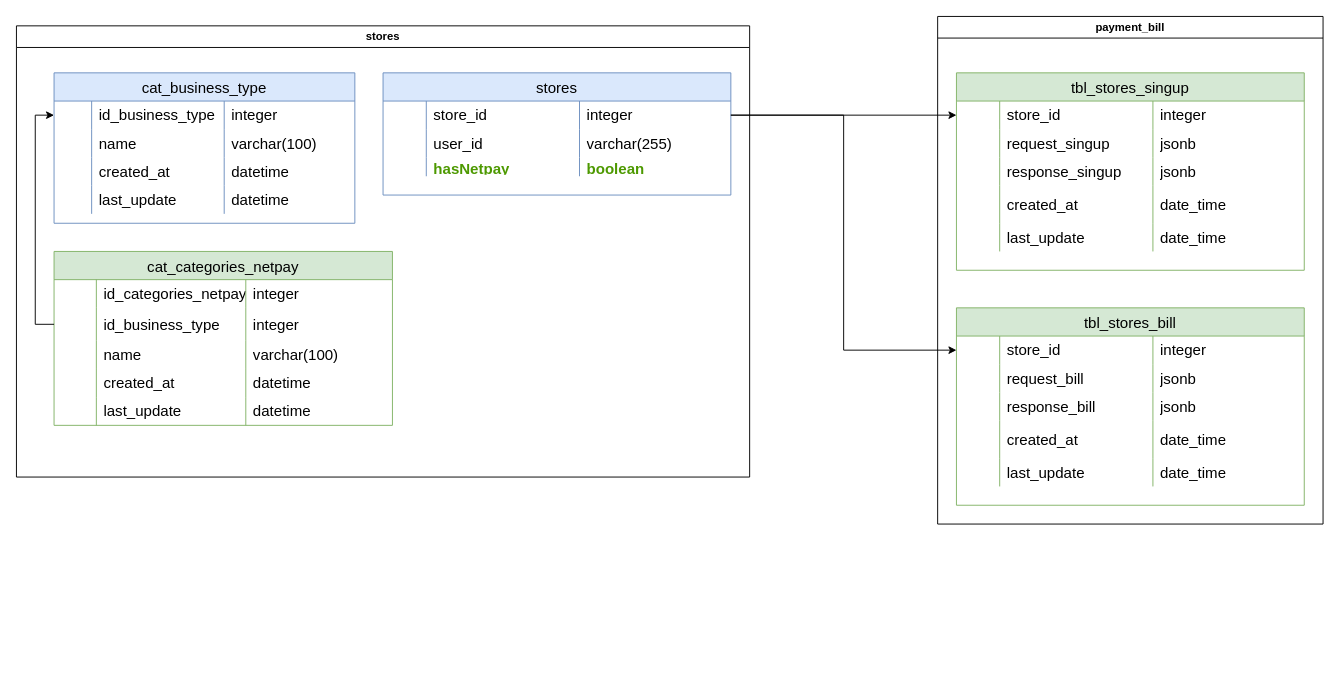
marcoluisdf/documentacion keeps this draw.io diagram as Data base/SmartOnboarding-Adquirencia.drawio. Above is the earlier version. Source tidied: cells renumbered, new cells numbered last; positions are measured from the earlier drawing's top-left corner, leaving out a move shared by most shapes. Both pictures are drawn from the tidied source at 94%, with x=0, y=0 at pixel (16, 16).
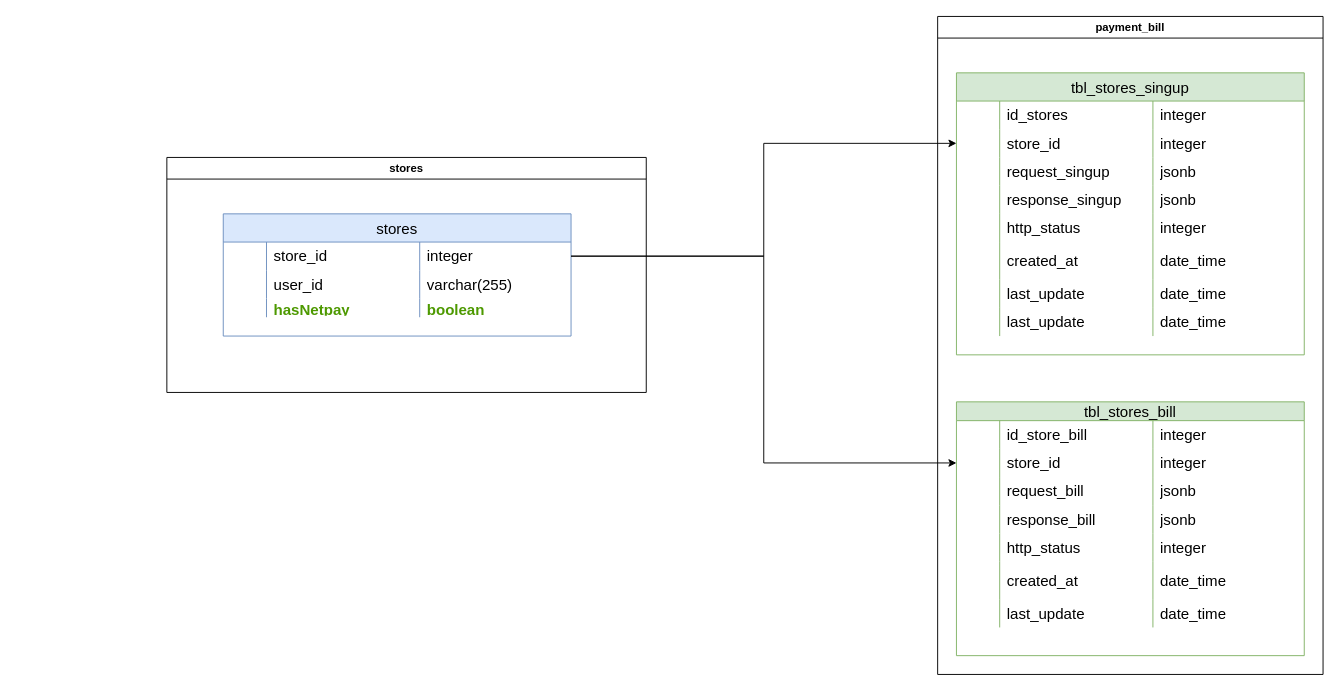
Above is the later version.

Diff of the diagram source:
```diff
@@
     <mxCell id="2" value="payment_bill" style="swimlane;whiteSpace=wrap;html=1;" parent="1" vertex="1">
-      <mxGeometry x="980" width="410" height="540" as="geometry" />
+      <mxGeometry x="980" width="410" height="700" as="geometry" />
     </mxCell>
     <mxCell id="3" value="tbl_stores_singup" style="shape=table;startSize=30;childLayout=tableLayout;rowLines=0;fontStyle=0;strokeColor=#82b366;fontSize=16;fillColor=#d5e8d4;" parent="2" vertex="1">
-      <mxGeometry x="20" y="60" width="370" height="210" as="geometry" />
+      <mxGeometry x="20" y="60" width="370" height="300" as="geometry" />
     </mxCell>
+    <mxCell id="100" style="shape=tableRow;horizontal=0;startSize=0;swimlaneHead=0;swimlaneBody=0;top=0;left=0;bottom=0;right=0;fillColor=none;strokeColor=inherit;fontSize=16;" parent="3" vertex="1">
+      <mxGeometry y="30" width="370" height="30" as="geometry" />
+    </mxCell>
+    <mxCell id="101" style="shape=partialRectangle;html=1;whiteSpace=wrap;fillColor=none;top=0;left=0;bottom=0;right=0;overflow=hidden;strokeColor=inherit;fontSize=16;" parent="100" vertex="1">
+      <mxGeometry width="46" height="30" as="geometry" />
+    </mxCell>
+    <mxCell id="102" value="id_stores" style="shape=partialRectangle;html=1;whiteSpace=wrap;fillColor=none;top=0;left=0;bottom=0;right=0;align=left;spacingLeft=6;overflow=hidden;strokeColor=inherit;fontSize=16;" parent="100" vertex="1">
+      <mxGeometry x="46" width="163" height="30" as="geometry" />
+    </mxCell>
+    <mxCell id="103" value="integer" style="shape=partialRectangle;html=1;whiteSpace=wrap;fillColor=none;top=0;left=0;bottom=0;right=0;align=left;spacingLeft=6;overflow=hidden;strokeColor=inherit;fontSize=16;" parent="100" vertex="1">
+      <mxGeometry x="209" width="161" height="30" as="geometry" />
+    </mxCell>
     <mxCell id="4" style="shape=tableRow;horizontal=0;startSize=0;swimlaneHead=0;swimlaneBody=0;top=0;left=0;bottom=0;right=0;fillColor=none;points=[[0,0.5],[1,0.5]];portConstraint=eastwest;strokeColor=inherit;fontSize=16;" parent="3" vertex="1">
-      <mxGeometry y="30" width="370" height="30" as="geometry" />
+      <mxGeometry y="60" width="370" height="30" as="geometry" />
     </mxCell>
@@
     <mxCell id="8" style="shape=tableRow;horizontal=0;startSize=0;swimlaneHead=0;swimlaneBody=0;top=0;left=0;bottom=0;right=0;fillColor=none;strokeColor=inherit;fontSize=16;" parent="3" vertex="1">
-      <mxGeometry y="60" width="370" height="30" as="geometry" />
+      <mxGeometry y="90" width="370" height="30" as="geometry" />
     </mxCell>
@@
     <mxCell id="12" style="shape=tableRow;horizontal=0;startSize=0;swimlaneHead=0;swimlaneBody=0;top=0;left=0;bottom=0;right=0;fillColor=none;strokeColor=inherit;fontSize=16;" parent="3" vertex="1">
-      <mxGeometry y="90" width="370" height="30" as="geometry" />
+      <mxGeometry y="120" width="370" height="30" as="geometry" />
     </mxCell>
@@
+    <mxCell id="104" style="shape=tableRow;horizontal=0;startSize=0;swimlaneHead=0;swimlaneBody=0;top=0;left=0;bottom=0;right=0;fillColor=none;strokeColor=inherit;fontSize=16;" parent="3" vertex="1">
+      <mxGeometry y="150" width="370" height="30" as="geometry" />
+    </mxCell>
+    <mxCell id="105" style="shape=partialRectangle;html=1;whiteSpace=wrap;fillColor=none;top=0;left=0;bottom=0;right=0;overflow=hidden;strokeColor=inherit;fontSize=16;" parent="104" vertex="1">
+      <mxGeometry width="46" height="30" as="geometry" />
+    </mxCell>
+    <mxCell id="106" value="http_status" style="shape=partialRectangle;html=1;whiteSpace=wrap;fillColor=none;top=0;left=0;bottom=0;right=0;align=left;spacingLeft=6;overflow=hidden;strokeColor=inherit;fontSize=16;" parent="104" vertex="1">
+      <mxGeometry x="46" width="163" height="30" as="geometry" />
+    </mxCell>
+    <mxCell id="107" value="integer" style="shape=partialRectangle;html=1;whiteSpace=wrap;fillColor=none;top=0;left=0;bottom=0;right=0;align=left;spacingLeft=6;overflow=hidden;strokeColor=inherit;fontSize=16;" parent="104" vertex="1">
+      <mxGeometry x="209" width="161" height="30" as="geometry" />
+    </mxCell>
     <mxCell id="16" style="shape=tableRow;horizontal=0;startSize=0;swimlaneHead=0;swimlaneBody=0;top=0;left=0;bottom=0;right=0;fillColor=none;strokeColor=inherit;fontSize=16;" parent="3" vertex="1">
-      <mxGeometry y="120" width="370" height="40" as="geometry" />
+      <mxGeometry y="180" width="370" height="40" as="geometry" />
     </mxCell>
@@
     <mxCell id="20" style="shape=tableRow;horizontal=0;startSize=0;swimlaneHead=0;swimlaneBody=0;top=0;left=0;bottom=0;right=0;fillColor=none;strokeColor=inherit;fontSize=16;" parent="3" vertex="1">
-      <mxGeometry y="160" width="370" height="30" as="geometry" />
+      <mxGeometry y="220" width="370" height="30" as="geometry" />
     </mxCell>
@@
+    <mxCell id="108" style="shape=tableRow;horizontal=0;startSize=0;swimlaneHead=0;swimlaneBody=0;top=0;left=0;bottom=0;right=0;fillColor=none;strokeColor=inherit;fontSize=16;" parent="3" vertex="1">
+      <mxGeometry y="250" width="370" height="30" as="geometry" />
+    </mxCell>
+    <mxCell id="109" style="shape=partialRectangle;html=1;whiteSpace=wrap;fillColor=none;top=0;left=0;bottom=0;right=0;overflow=hidden;strokeColor=inherit;fontSize=16;" parent="108" vertex="1">
+      <mxGeometry width="46" height="30" as="geometry" />
+    </mxCell>
+    <mxCell id="110" value="last_update" style="shape=partialRectangle;html=1;whiteSpace=wrap;fillColor=none;top=0;left=0;bottom=0;right=0;align=left;spacingLeft=6;overflow=hidden;strokeColor=inherit;fontSize=16;" parent="108" vertex="1">
+      <mxGeometry x="46" width="163" height="30" as="geometry" />
+    </mxCell>
+    <mxCell id="111" value="date_time" style="shape=partialRectangle;html=1;whiteSpace=wrap;fillColor=none;top=0;left=0;bottom=0;right=0;align=left;spacingLeft=6;overflow=hidden;strokeColor=inherit;fontSize=16;" parent="108" vertex="1">
+      <mxGeometry x="209" width="161" height="30" as="geometry" />
+    </mxCell>
-    <mxCell id="24" value="tbl_stores_bill" style="shape=table;startSize=30;childLayout=tableLayout;rowLines=0;fontStyle=0;strokeColor=#82b366;fontSize=16;fillColor=#d5e8d4;" parent="2" vertex="1">
-      <mxGeometry x="20" y="310" width="370" height="210" as="geometry" />
+    <mxCell id="24" value="tbl_stores_bill" style="shape=table;startSize=20;childLayout=tableLayout;rowLines=0;fontStyle=0;strokeColor=#82b366;fontSize=16;fillColor=#d5e8d4;" parent="2" vertex="1">
+      <mxGeometry x="20" y="410" width="370" height="270" as="geometry" />
     </mxCell>
+    <mxCell id="112" style="shape=tableRow;horizontal=0;startSize=0;swimlaneHead=0;swimlaneBody=0;top=0;left=0;bottom=0;right=0;fillColor=none;strokeColor=inherit;fontSize=16;" parent="24" vertex="1">
+      <mxGeometry y="20" width="370" height="30" as="geometry" />
+    </mxCell>
+    <mxCell id="113" style="shape=partialRectangle;html=1;whiteSpace=wrap;fillColor=none;top=0;left=0;bottom=0;right=0;overflow=hidden;strokeColor=inherit;fontSize=16;" parent="112" vertex="1">
+      <mxGeometry width="46" height="30" as="geometry" />
+    </mxCell>
+    <mxCell id="114" value="id_store_bill" style="shape=partialRectangle;html=1;whiteSpace=wrap;fillColor=none;top=0;left=0;bottom=0;right=0;align=left;spacingLeft=6;overflow=hidden;strokeColor=inherit;fontSize=16;" parent="112" vertex="1">
+      <mxGeometry x="46" width="163" height="30" as="geometry" />
+    </mxCell>
+    <mxCell id="115" value="integer" style="shape=partialRectangle;html=1;whiteSpace=wrap;fillColor=none;top=0;left=0;bottom=0;right=0;align=left;spacingLeft=6;overflow=hidden;strokeColor=inherit;fontSize=16;" parent="112" vertex="1">
+      <mxGeometry x="209" width="161" height="30" as="geometry" />
+    </mxCell>
     <mxCell id="25" style="shape=tableRow;horizontal=0;startSize=0;swimlaneHead=0;swimlaneBody=0;top=0;left=0;bottom=0;right=0;fillColor=none;points=[[0,0.5],[1,0.5]];portConstraint=eastwest;strokeColor=inherit;fontSize=16;" parent="24" vertex="1">
-      <mxGeometry y="30" width="370" height="30" as="geometry" />
+      <mxGeometry y="50" width="370" height="30" as="geometry" />
     </mxCell>
@@
     <mxCell id="29" style="shape=tableRow;horizontal=0;startSize=0;swimlaneHead=0;swimlaneBody=0;top=0;left=0;bottom=0;right=0;fillColor=none;strokeColor=inherit;fontSize=16;" parent="24" vertex="1">
-      <mxGeometry y="60" width="370" height="30" as="geometry" />
+      <mxGeometry y="80" width="370" height="30" as="geometry" />
     </mxCell>
@@
     <mxCell id="33" style="shape=tableRow;horizontal=0;startSize=0;swimlaneHead=0;swimlaneBody=0;top=0;left=0;bottom=0;right=0;fillColor=none;strokeColor=inherit;fontSize=16;" parent="24" vertex="1">
-      <mxGeometry y="90" width="370" height="30" as="geometry" />
+      <mxGeometry y="110" width="370" height="30" as="geometry" />
     </mxCell>
@@
+    <mxCell id="116" style="shape=tableRow;horizontal=0;startSize=0;swimlaneHead=0;swimlaneBody=0;top=0;left=0;bottom=0;right=0;fillColor=none;strokeColor=inherit;fontSize=16;" parent="24" vertex="1">
+      <mxGeometry y="140" width="370" height="30" as="geometry" />
+    </mxCell>
+    <mxCell id="117" style="shape=partialRectangle;html=1;whiteSpace=wrap;fillColor=none;top=0;left=0;bottom=0;right=0;overflow=hidden;strokeColor=inherit;fontSize=16;" parent="116" vertex="1">
+      <mxGeometry width="46" height="30" as="geometry" />
+    </mxCell>
+    <mxCell id="118" value="http_status" style="shape=partialRectangle;html=1;whiteSpace=wrap;fillColor=none;top=0;left=0;bottom=0;right=0;align=left;spacingLeft=6;overflow=hidden;strokeColor=inherit;fontSize=16;" parent="116" vertex="1">
+      <mxGeometry x="46" width="163" height="30" as="geometry" />
+    </mxCell>
+    <mxCell id="119" value="integer" style="shape=partialRectangle;html=1;whiteSpace=wrap;fillColor=none;top=0;left=0;bottom=0;right=0;align=left;spacingLeft=6;overflow=hidden;strokeColor=inherit;fontSize=16;" parent="116" vertex="1">
+      <mxGeometry x="209" width="161" height="30" as="geometry" />
+    </mxCell>
     <mxCell id="37" style="shape=tableRow;horizontal=0;startSize=0;swimlaneHead=0;swimlaneBody=0;top=0;left=0;bottom=0;right=0;fillColor=none;strokeColor=inherit;fontSize=16;" parent="24" vertex="1">
-      <mxGeometry y="120" width="370" height="40" as="geometry" />
+      <mxGeometry y="170" width="370" height="40" as="geometry" />
     </mxCell>
@@
     <mxCell id="41" style="shape=tableRow;horizontal=0;startSize=0;swimlaneHead=0;swimlaneBody=0;top=0;left=0;bottom=0;right=0;fillColor=none;strokeColor=inherit;fontSize=16;" parent="24" vertex="1">
-      <mxGeometry y="160" width="370" height="30" as="geometry" />
+      <mxGeometry y="210" width="370" height="30" as="geometry" />
     </mxCell>
@@
     <mxCell id="45" value="stores" style="swimlane;whiteSpace=wrap;html=1;" parent="1" vertex="1">
-      <mxGeometry y="10" width="780" height="480" as="geometry" />
+      <mxGeometry x="160" y="150" width="510" height="250" as="geometry" />
     </mxCell>
-    <mxCell id="46" value="cat_business_type" style="shape=table;startSize=30;childLayout=tableLayout;rowLines=0;fontStyle=0;strokeColor=#6c8ebf;fontSize=16;fillColor=#dae8fc;" parent="45" vertex="1">
-      <mxGeometry x="40" y="50" width="320" height="160" as="geometry" />
-    </mxCell>
-    <mxCell id="47" style="shape=tableRow;horizontal=0;startSize=0;swimlaneHead=0;swimlaneBody=0;top=0;left=0;bottom=0;right=0;fillColor=none;points=[[0,0.5],[1,0.5]];portConstraint=eastwest;strokeColor=inherit;fontSize=16;" parent="46" vertex="1">
-      <mxGeometry y="30" width="320" height="30" as="geometry" />
-    </mxCell>
-    <mxCell id="48" style="shape=partialRectangle;html=1;whiteSpace=wrap;fillColor=none;top=0;left=0;bottom=0;right=0;overflow=hidden;strokeColor=inherit;fontSize=16;" parent="47" vertex="1">
-      <mxGeometry width="40" height="30" as="geometry" />
-    </mxCell>
-    <mxCell id="49" value="id_business_type" style="shape=partialRectangle;html=1;whiteSpace=wrap;fillColor=none;top=0;left=0;bottom=0;right=0;align=left;spacingLeft=6;overflow=hidden;strokeColor=inherit;fontSize=16;" parent="47" vertex="1">
-      <mxGeometry x="40" width="141" height="30" as="geometry" />
-    </mxCell>
-    <mxCell id="50" value="integer" style="shape=partialRectangle;html=1;whiteSpace=wrap;fillColor=none;top=0;left=0;bottom=0;right=0;align=left;spacingLeft=6;overflow=hidden;strokeColor=inherit;fontSize=16;" parent="47" vertex="1">
-      <mxGeometry x="181" width="139" height="30" as="geometry" />
-    </mxCell>
-    <mxCell id="51" style="shape=tableRow;horizontal=0;startSize=0;swimlaneHead=0;swimlaneBody=0;top=0;left=0;bottom=0;right=0;fillColor=none;strokeColor=inherit;fontSize=16;" parent="46" vertex="1">
-      <mxGeometry y="60" width="320" height="30" as="geometry" />
-    </mxCell>
-    <mxCell id="52" style="shape=partialRectangle;html=1;whiteSpace=wrap;fillColor=none;top=0;left=0;bottom=0;right=0;overflow=hidden;strokeColor=inherit;fontSize=16;" parent="51" vertex="1">
-      <mxGeometry width="40" height="30" as="geometry" />
-    </mxCell>
-    <mxCell id="53" value="name" style="shape=partialRectangle;html=1;whiteSpace=wrap;fillColor=none;top=0;left=0;bottom=0;right=0;align=left;spacingLeft=6;overflow=hidden;strokeColor=inherit;fontSize=16;" parent="51" vertex="1">
-      <mxGeometry x="40" width="141" height="30" as="geometry" />
-    </mxCell>
-    <mxCell id="54" value="varchar(100)" style="shape=partialRectangle;html=1;whiteSpace=wrap;fillColor=none;top=0;left=0;bottom=0;right=0;align=left;spacingLeft=6;overflow=hidden;strokeColor=inherit;fontSize=16;" parent="51" vertex="1">
-      <mxGeometry x="181" width="139" height="30" as="geometry" />
-    </mxCell>
-    <mxCell id="55" style="shape=tableRow;horizontal=0;startSize=0;swimlaneHead=0;swimlaneBody=0;top=0;left=0;bottom=0;right=0;fillColor=none;strokeColor=inherit;fontSize=16;" parent="46" vertex="1">
-      <mxGeometry y="90" width="320" height="30" as="geometry" />
-    </mxCell>
-    <mxCell id="56" style="shape=partialRectangle;html=1;whiteSpace=wrap;fillColor=none;top=0;left=0;bottom=0;right=0;overflow=hidden;strokeColor=inherit;fontSize=16;" parent="55" vertex="1">
-      <mxGeometry width="40" height="30" as="geometry" />
-    </mxCell>
-    <mxCell id="57" value="created_at" style="shape=partialRectangle;html=1;whiteSpace=wrap;fillColor=none;top=0;left=0;bottom=0;right=0;align=left;spacingLeft=6;overflow=hidden;strokeColor=inherit;fontSize=16;" parent="55" vertex="1">
-      <mxGeometry x="40" width="141" height="30" as="geometry" />
-    </mxCell>
-    <mxCell id="58" value="datetime" style="shape=partialRectangle;html=1;whiteSpace=wrap;fillColor=none;top=0;left=0;bottom=0;right=0;align=left;spacingLeft=6;overflow=hidden;strokeColor=inherit;fontSize=16;" parent="55" vertex="1">
-      <mxGeometry x="181" width="139" height="30" as="geometry" />
-    </mxCell>
-    <mxCell id="59" style="shape=tableRow;horizontal=0;startSize=0;swimlaneHead=0;swimlaneBody=0;top=0;left=0;bottom=0;right=0;fillColor=none;strokeColor=inherit;fontSize=16;" parent="46" vertex="1">
-      <mxGeometry y="120" width="320" height="30" as="geometry" />
-    </mxCell>
-    <mxCell id="60" style="shape=partialRectangle;html=1;whiteSpace=wrap;fillColor=none;top=0;left=0;bottom=0;right=0;overflow=hidden;strokeColor=inherit;fontSize=16;" parent="59" vertex="1">
-      <mxGeometry width="40" height="30" as="geometry" />
-    </mxCell>
-    <mxCell id="61" value="last_update" style="shape=partialRectangle;html=1;whiteSpace=wrap;fillColor=none;top=0;left=0;bottom=0;right=0;align=left;spacingLeft=6;overflow=hidden;strokeColor=inherit;fontSize=16;" parent="59" vertex="1">
-      <mxGeometry x="40" width="141" height="30" as="geometry" />
-    </mxCell>
-    <mxCell id="62" value="datetime" style="shape=partialRectangle;html=1;whiteSpace=wrap;fillColor=none;top=0;left=0;bottom=0;right=0;align=left;spacingLeft=6;overflow=hidden;strokeColor=inherit;fontSize=16;" parent="59" vertex="1">
-      <mxGeometry x="181" width="139" height="30" as="geometry" />
-    </mxCell>
-    <mxCell id="63" value="cat_categories_netpay" style="shape=table;startSize=30;childLayout=tableLayout;rowLines=0;fontStyle=0;strokeColor=#82b366;fontSize=16;fillColor=#d5e8d4;" parent="45" vertex="1">
-      <mxGeometry x="40" y="240" width="360" height="185" as="geometry" />
-    </mxCell>
-    <mxCell id="64" style="shape=tableRow;horizontal=0;startSize=0;swimlaneHead=0;swimlaneBody=0;top=0;left=0;bottom=0;right=0;fillColor=none;strokeColor=inherit;fontSize=16;" parent="63" vertex="1">
-      <mxGeometry y="30" width="360" height="30" as="geometry" />
-    </mxCell>
-    <mxCell id="65" style="shape=partialRectangle;html=1;whiteSpace=wrap;fillColor=none;top=0;left=0;bottom=0;right=0;overflow=hidden;strokeColor=inherit;fontSize=16;" parent="64" vertex="1">
-      <mxGeometry width="45" height="30" as="geometry" />
-    </mxCell>
-    <mxCell id="66" value="id_categories_netpay" style="shape=partialRectangle;html=1;whiteSpace=wrap;fillColor=none;top=0;left=0;bottom=0;right=0;align=left;spacingLeft=6;overflow=hidden;strokeColor=inherit;fontSize=16;" parent="64" vertex="1">
-      <mxGeometry x="45" width="159" height="30" as="geometry" />
-    </mxCell>
-    <mxCell id="67" value="integer" style="shape=partialRectangle;html=1;whiteSpace=wrap;fillColor=none;top=0;left=0;bottom=0;right=0;align=left;spacingLeft=6;overflow=hidden;strokeColor=inherit;fontSize=16;" parent="64" vertex="1">
-      <mxGeometry x="204" width="156" height="30" as="geometry" />
-    </mxCell>
-    <mxCell id="68" style="shape=tableRow;horizontal=0;startSize=0;swimlaneHead=0;swimlaneBody=0;top=0;left=0;bottom=0;right=0;fillColor=none;points=[[0,0.5],[1,0.5]];portConstraint=eastwest;strokeColor=inherit;fontSize=16;" parent="63" vertex="1">
-      <mxGeometry y="60" width="360" height="35" as="geometry" />
-    </mxCell>
-    <mxCell id="69" style="shape=partialRectangle;html=1;whiteSpace=wrap;fillColor=none;top=0;left=0;bottom=0;right=0;overflow=hidden;strokeColor=inherit;fontSize=16;" parent="68" vertex="1">
-      <mxGeometry width="45" height="35" as="geometry" />
-    </mxCell>
-    <mxCell id="70" value="id_business_type" style="shape=partialRectangle;html=1;whiteSpace=wrap;fillColor=none;top=0;left=0;bottom=0;right=0;align=left;spacingLeft=6;overflow=hidden;strokeColor=inherit;fontSize=16;" parent="68" vertex="1">
-      <mxGeometry x="45" width="159" height="35" as="geometry" />
-    </mxCell>
-    <mxCell id="71" value="integer" style="shape=partialRectangle;html=1;whiteSpace=wrap;fillColor=none;top=0;left=0;bottom=0;right=0;align=left;spacingLeft=6;overflow=hidden;strokeColor=inherit;fontSize=16;" parent="68" vertex="1">
-      <mxGeometry x="204" width="156" height="35" as="geometry" />
-    </mxCell>
-    <mxCell id="72" style="shape=tableRow;horizontal=0;startSize=0;swimlaneHead=0;swimlaneBody=0;top=0;left=0;bottom=0;right=0;fillColor=none;strokeColor=inherit;fontSize=16;" parent="63" vertex="1">
-      <mxGeometry y="95" width="360" height="30" as="geometry" />
-    </mxCell>
-    <mxCell id="73" style="shape=partialRectangle;html=1;whiteSpace=wrap;fillColor=none;top=0;left=0;bottom=0;right=0;overflow=hidden;strokeColor=inherit;fontSize=16;" parent="72" vertex="1">
-      <mxGeometry width="45" height="30" as="geometry" />
-    </mxCell>
-    <mxCell id="74" value="name" style="shape=partialRectangle;html=1;whiteSpace=wrap;fillColor=none;top=0;left=0;bottom=0;right=0;align=left;spacingLeft=6;overflow=hidden;strokeColor=inherit;fontSize=16;" parent="72" vertex="1">
-      <mxGeometry x="45" width="159" height="30" as="geometry" />
-    </mxCell>
-    <mxCell id="75" value="varchar(100)" style="shape=partialRectangle;html=1;whiteSpace=wrap;fillColor=none;top=0;left=0;bottom=0;right=0;align=left;spacingLeft=6;overflow=hidden;strokeColor=inherit;fontSize=16;" parent="72" vertex="1">
-      <mxGeometry x="204" width="156" height="30" as="geometry" />
-    </mxCell>
-    <mxCell id="76" style="shape=tableRow;horizontal=0;startSize=0;swimlaneHead=0;swimlaneBody=0;top=0;left=0;bottom=0;right=0;fillColor=none;strokeColor=inherit;fontSize=16;" parent="63" vertex="1">
-      <mxGeometry y="125" width="360" height="30" as="geometry" />
-    </mxCell>
-    <mxCell id="77" style="shape=partialRectangle;html=1;whiteSpace=wrap;fillColor=none;top=0;left=0;bottom=0;right=0;overflow=hidden;strokeColor=inherit;fontSize=16;" parent="76" vertex="1">
-      <mxGeometry width="45" height="30" as="geometry" />
-    </mxCell>
-    <mxCell id="78" value="created_at" style="shape=partialRectangle;html=1;whiteSpace=wrap;fillColor=none;top=0;left=0;bottom=0;right=0;align=left;spacingLeft=6;overflow=hidden;strokeColor=inherit;fontSize=16;" parent="76" vertex="1">
-      <mxGeometry x="45" width="159" height="30" as="geometry" />
-    </mxCell>
-    <mxCell id="79" value="datetime" style="shape=partialRectangle;html=1;whiteSpace=wrap;fillColor=none;top=0;left=0;bottom=0;right=0;align=left;spacingLeft=6;overflow=hidden;strokeColor=inherit;fontSize=16;" parent="76" vertex="1">
-      <mxGeometry x="204" width="156" height="30" as="geometry" />
-    </mxCell>
-    <mxCell id="80" style="shape=tableRow;horizontal=0;startSize=0;swimlaneHead=0;swimlaneBody=0;top=0;left=0;bottom=0;right=0;fillColor=none;strokeColor=inherit;fontSize=16;" parent="63" vertex="1">
-      <mxGeometry y="155" width="360" height="30" as="geometry" />
-    </mxCell>
-    <mxCell id="81" style="shape=partialRectangle;html=1;whiteSpace=wrap;fillColor=none;top=0;left=0;bottom=0;right=0;overflow=hidden;strokeColor=inherit;fontSize=16;" parent="80" vertex="1">
-      <mxGeometry width="45" height="30" as="geometry" />
-    </mxCell>
-    <mxCell id="82" value="last_update" style="shape=partialRectangle;html=1;whiteSpace=wrap;fillColor=none;top=0;left=0;bottom=0;right=0;align=left;spacingLeft=6;overflow=hidden;strokeColor=inherit;fontSize=16;" parent="80" vertex="1">
-      <mxGeometry x="45" width="159" height="30" as="geometry" />
-    </mxCell>
-    <mxCell id="83" value="datetime" style="shape=partialRectangle;html=1;whiteSpace=wrap;fillColor=none;top=0;left=0;bottom=0;right=0;align=left;spacingLeft=6;overflow=hidden;strokeColor=inherit;fontSize=16;" parent="80" vertex="1">
-      <mxGeometry x="204" width="156" height="30" as="geometry" />
-    </mxCell>
-    <mxCell id="84" style="edgeStyle=orthogonalEdgeStyle;rounded=0;jettySize=auto;html=1;exitX=0;exitY=0.5;exitDx=0;exitDy=0;entryX=0;entryY=0.5;entryDx=0;entryDy=0;" parent="45" edge="1" source="68" target="47">
-      <mxGeometry relative="1" as="geometry" />
-    </mxCell>
     <mxCell id="85" value="stores" style="shape=table;startSize=30;childLayout=tableLayout;rowLines=0;fontStyle=0;strokeColor=#6c8ebf;fontSize=16;fillColor=#dae8fc;" parent="45" vertex="1">
-      <mxGeometry x="390" y="50" width="370" height="130" as="geometry" />
+      <mxGeometry x="60" y="60" width="370" height="130" as="geometry" />
     </mxCell>
```
